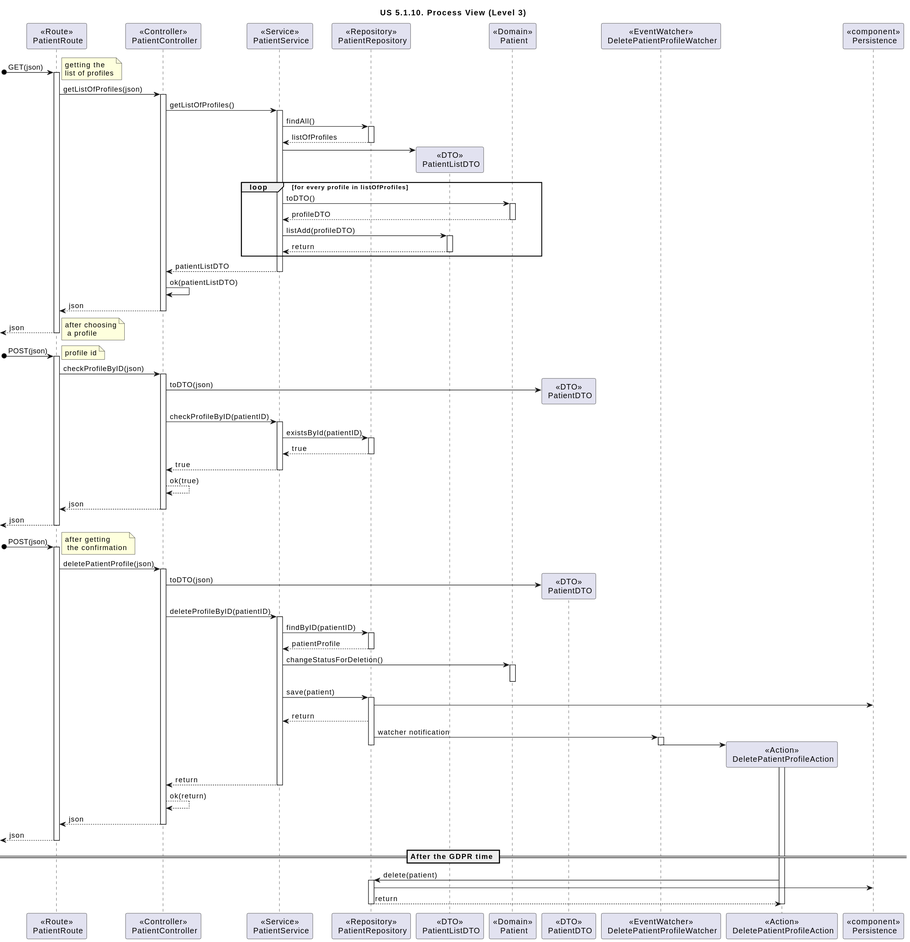
Earlier version of the PlantUML export docs/sprint-1/1220738/us-5.1.10/Diagrams/Views/process-view-level-3.svg (rita-barbosa/LAPR5-2425). Its diagram source:
```plantuml
@startuml
title "US 5.1.10. Process View (Level 3)"

participant "<<Route>>\n PatientRoute" as ROUTE
participant "<<Controller>>\n PatientController" as CONTROL
participant "<<Service>>\n PatientService" as AUTHServ
participant "<<Repository>>\n PatientRepository" as PATIENTRepo
participant "<<DTO>>\n PatientListDTO" as PatientListDTO
participant "<<Domain>>\n Patient" as PATIENT
participant "<<DTO>>\n PatientDTO" as PatientDTO
participant "<<EventWatcher>>\n DeletePatientProfileWatcher" as WATCHER
participant "<<Action>>\n DeletePatientProfileAction" as ACTION
participant "<<component>>\n Persistence" as PERSISTENCE

[o-> ROUTE : GET(json)
note right : getting the \nlist of profiles

Activate ROUTE

ROUTE -> CONTROL : getListOfProfiles(json)

Activate CONTROL

CONTROL -> AUTHServ : getListOfProfiles()
Activate AUTHServ

AUTHServ -> PATIENTRepo : findAll()
Activate PATIENTRepo

PATIENTRepo --> AUTHServ : listOfProfiles
Deactivate PATIENTRepo


AUTHServ -> PatientListDTO**
loop for every profile in listOfProfiles
AUTHServ -> PATIENT : toDTO()
activate PATIENT
PATIENT --> AUTHServ : profileDTO
deactivate PATIENT
AUTHServ -> PatientListDTO : listAdd(profileDTO)
activate PatientListDTO
PatientListDTO --> AUTHServ : return
deactivate PatientListDTO
end

AUTHServ --> CONTROL : patientListDTO
Deactivate AUTHServ

CONTROL -> CONTROL : ok(patientListDTO)

CONTROL --> ROUTE : json
Deactivate CONTROL
<-- ROUTE : json

Deactivate ROUTE

note right : after choosing\n a profile

[o-> ROUTE : POST(json)
note right : profile id

Activate ROUTE

ROUTE -> CONTROL : checkProfileByID(json)

Activate CONTROL

CONTROL -> PatientDTO** : toDTO(json)

CONTROL -> AUTHServ : checkProfileByID(patientID)
Activate AUTHServ

AUTHServ -> PATIENTRepo : existsById(patientID)
activate PATIENTRepo
PATIENTRepo --> AUTHServ : true
deactivate PATIENTRepo

AUTHServ --> CONTROL : true
deactivate AUTHServ

CONTROL --> CONTROL : ok(true)
CONTROL --> ROUTE : json
deactivate CONTROL

<-- ROUTE : json
deactivate ROUTE

[o-> ROUTE : POST(json)
note right : after getting\n the confirmation

Activate ROUTE

ROUTE -> CONTROL : deletePatientProfile(json)

Activate CONTROL

CONTROL -> PatientDTO** : toDTO(json)

CONTROL -> AUTHServ : deleteProfileByID(patientID)
Activate AUTHServ

AUTHServ -> PATIENTRepo : findByID(patientID)
activate PATIENTRepo
PATIENTRepo --> AUTHServ : patientProfile
deactivate PATIENTRepo

AUTHServ -> PATIENT : changeStatusForDeletion()
activate PATIENT
deactivate PATIENT

AUTHServ -> PATIENTRepo : save(patient)
activate PATIENTRepo
PATIENTRepo -> PERSISTENCE
PATIENTRepo --> AUTHServ : return

PATIENTRepo -> WATCHER : watcher notification
activate WATCHER

WATCHER -> ACTION**
activate ACTION
deactivate WATCHER
deactivate PATIENTRepo

AUTHServ --> CONTROL : return
deactivate AUTHServ

CONTROL --> CONTROL : ok(return)
CONTROL --> ROUTE : json
deactivate CONTROL

<-- ROUTE : json
deactivate ROUTE

== After the GDPR time ==

ACTION -> PATIENTRepo : delete(patient)
activate PATIENTRepo
PATIENTRepo -> PERSISTENCE
PATIENTRepo --> ACTION : return
deactivate PATIENTRepo
deactivate ACTION
@enduml
```
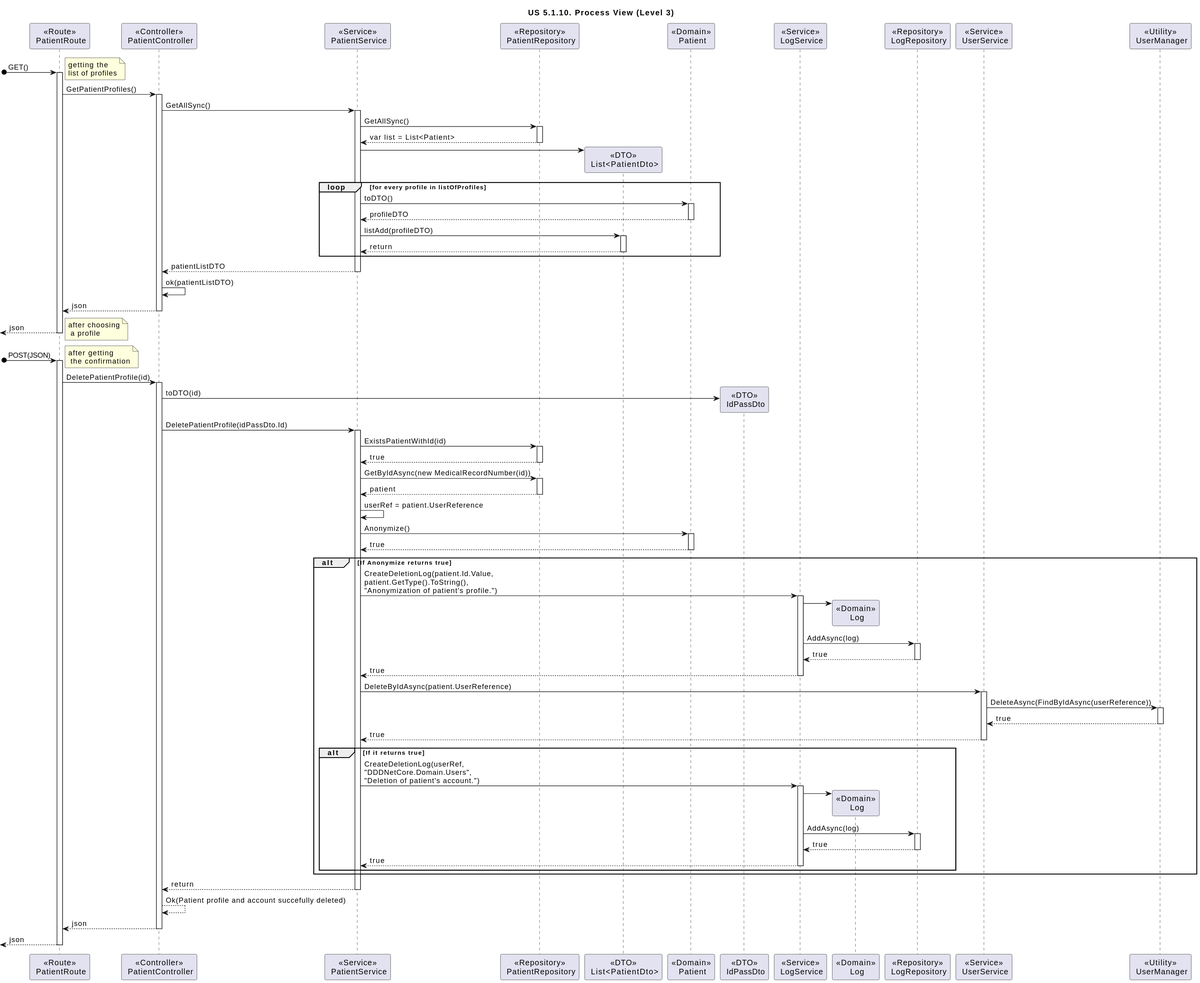
The same file after the commit.

The edit, as a diff of the source:
```diff
@@ -5,33 +5,35 @@
 participant "<<Controller>>\n PatientController" as CONTROL
 participant "<<Service>>\n PatientService" as AUTHServ
 participant "<<Repository>>\n PatientRepository" as PATIENTRepo
-participant "<<DTO>>\n PatientListDTO" as PatientListDTO
+participant "<<DTO>>\n List<PatientDto>" as PatientListDTO
 participant "<<Domain>>\n Patient" as PATIENT
-participant "<<DTO>>\n PatientDTO" as PatientDTO
-participant "<<EventWatcher>>\n DeletePatientProfileWatcher" as WATCHER
-participant "<<Action>>\n DeletePatientProfileAction" as ACTION
-participant "<<component>>\n Persistence" as PERSISTENCE
+participant "<<DTO>>\n IdPassDto" as PatientDTO
+participant "<<Service>>\n LogService" as LOGServ
+participant "<<Domain>>\n Log" as LOG
+participant "<<Repository>>\n LogRepository" as LOGRepo
+participant "<<Service>>\n UserService" as USERServ
+participant "<<Utility>>\n UserManager" as USERMan
 
-[o-> ROUTE : GET(json)
+[o-> ROUTE : GET()
 note right : getting the \nlist of profiles
 
 Activate ROUTE
 
-ROUTE -> CONTROL : getListOfProfiles(json)
+ROUTE -> CONTROL : GetPatientProfiles()
 
 Activate CONTROL
 
-CONTROL -> AUTHServ : getListOfProfiles()
+CONTROL -> AUTHServ : GetAllSync()
 Activate AUTHServ
 
-AUTHServ -> PATIENTRepo : findAll()
+AUTHServ -> PATIENTRepo : GetAllSync()
 Activate PATIENTRepo
 
-PATIENTRepo --> AUTHServ : listOfProfiles
+PATIENTRepo --> AUTHServ : var list = List<Patient>
 Deactivate PATIENTRepo
 
+AUTHServ -> PatientListDTO**
 
-AUTHServ -> PatientListDTO**
 loop for every profile in listOfProfiles
 AUTHServ -> PATIENT : toDTO()
 activate PATIENT
@@ -56,87 +58,80 @@
 
 note right : after choosing\n a profile
 
-[o-> ROUTE : POST(json)
-note right : profile id
+[o-> ROUTE : POST(JSON)
+note right : after getting\n the confirmation
 
 Activate ROUTE
 
-ROUTE -> CONTROL : checkProfileByID(json)
+ROUTE -> CONTROL : DeletePatientProfile(id)
 
 Activate CONTROL
 
-CONTROL -> PatientDTO** : toDTO(json)
+CONTROL -> PatientDTO** : toDTO(id)
 
-CONTROL -> AUTHServ : checkProfileByID(patientID)
+CONTROL -> AUTHServ : DeletePatientProfile(idPassDto.Id)
 Activate AUTHServ
 
-AUTHServ -> PATIENTRepo : existsById(patientID)
+AUTHServ -> PATIENTRepo : ExistsPatientWithId(id)
 activate PATIENTRepo
 PATIENTRepo --> AUTHServ : true
 deactivate PATIENTRepo
 
-AUTHServ --> CONTROL : true
+AUTHServ -> PATIENTRepo : GetByIdAsync(new MedicalRecordNumber(id))
+activate PATIENTRepo
+PATIENTRepo --> AUTHServ : patient
+deactivate PATIENTRepo
+
+AUTHServ -> AUTHServ : userRef = patient.UserReference
+
+AUTHServ -> PATIENT : Anonymize()
+activate PATIENT
+PATIENT --> AUTHServ : true
+deactivate PATIENT
+
+alt If Anonymize returns true
+
+AUTHServ -> LOGServ : CreateDeletionLog(patient.Id.Value,\npatient.GetType().ToString(),\n"Anonymization of patient's profile.")
+activate LOGServ
+LOGServ -> LOG**
+LOGServ -> LOGRepo : AddAsync(log)
+activate LOGRepo
+LOGRepo --> LOGServ : true
+deactivate LOGRepo
+LOGServ --> AUTHServ : true
+deactivate LOGServ
+
+AUTHServ -> USERServ : DeleteByIdAsync(patient.UserReference)
+activate USERServ
+USERServ -> USERMan : DeleteAsync(FindByIdAsync(userReference))
+activate USERMan
+USERMan --> USERServ : true
+deactivate USERMan
+USERServ --> AUTHServ : true
+deactivate USERServ
+
+alt If it returns true
+
+AUTHServ -> LOGServ : CreateDeletionLog(userRef,\n"DDDNetCore.Domain.Users",\n"Deletion of patient's account.")
+activate LOGServ
+LOGServ -> LOG**
+LOGServ -> LOGRepo : AddAsync(log)
+activate LOGRepo
+LOGRepo --> LOGServ : true
+deactivate LOGRepo
+LOGServ --> AUTHServ : true
+deactivate LOGServ
+
+end
+end
+
+AUTHServ --> CONTROL : return
 deactivate AUTHServ
 
-CONTROL --> CONTROL : ok(true)
+CONTROL --> CONTROL : Ok(Patient profile and account succefully deleted)
 CONTROL --> ROUTE : json
 deactivate CONTROL
 
 <-- ROUTE : json
 deactivate ROUTE
-
-[o-> ROUTE : POST(json)
-note right : after getting\n the confirmation
-
-Activate ROUTE
-
-ROUTE -> CONTROL : deletePatientProfile(json)
-
-Activate CONTROL
-
-CONTROL -> PatientDTO** : toDTO(json)
-
-CONTROL -> AUTHServ : deleteProfileByID(patientID)
-Activate AUTHServ
-
-AUTHServ -> PATIENTRepo : findByID(patientID)
-activate PATIENTRepo
-PATIENTRepo --> AUTHServ : patientProfile
-deactivate PATIENTRepo
-
-AUTHServ -> PATIENT : changeStatusForDeletion()
-activate PATIENT
-deactivate PATIENT
-
-AUTHServ -> PATIENTRepo : save(patient)
-activate PATIENTRepo
-PATIENTRepo -> PERSISTENCE
-PATIENTRepo --> AUTHServ : return
-
-PATIENTRepo -> WATCHER : watcher notification
-activate WATCHER
-
-WATCHER -> ACTION**
-activate ACTION
-deactivate WATCHER
-deactivate PATIENTRepo
-
-AUTHServ --> CONTROL : return
-deactivate AUTHServ
-
-CONTROL --> CONTROL : ok(return)
-CONTROL --> ROUTE : json
-deactivate CONTROL
-
-<-- ROUTE : json
-deactivate ROUTE
-
-== After the GDPR time ==
-
-ACTION -> PATIENTRepo : delete(patient)
-activate PATIENTRepo
-PATIENTRepo -> PERSISTENCE
-PATIENTRepo --> ACTION : return
-deactivate PATIENTRepo
-deactivate ACTION
 @enduml
```
